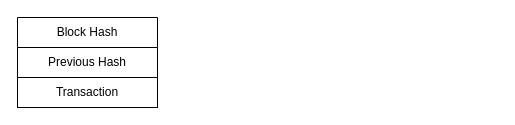
Earlier version of the draw.io diagram blocks.drawio (sunmiao0301/Public-Pic-Bed). Source tidied: cells renumbered, new cells numbered last; positions are measured from the earlier drawing's top-left corner, leaving out a move shared by most shapes. Both pictures are drawn from the tidied source at 100%, with x=0, y=0 at pixel (17, 17).
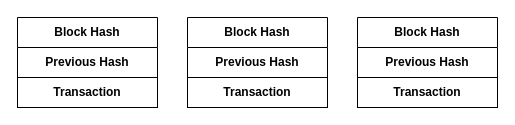
The same diagram, later.

What changed in the source:
```diff
@@
 <mxGraphModel>
   <root>
     <mxCell id="0" />
     <mxCell id="1" parent="0" />
-    <mxCell id="2" value="Block Hash" style="swimlane;fontStyle=0;horizontal=1;startSize=30;whiteSpace=wrap;html=1;" parent="1" vertex="1">
+    <mxCell id="2" value="&lt;b&gt;Block Hash&lt;/b&gt;" style="swimlane;fontStyle=0;horizontal=1;startSize=30;whiteSpace=wrap;html=1;" parent="1" vertex="1">
       <mxGeometry width="140" height="60" as="geometry" />
     </mxCell>
-    <mxCell id="3" value="Previous Hash" style="text;strokeColor=none;fillColor=none;align=center;verticalAlign=middle;spacingLeft=4;spacingRight=4;overflow=hidden;whiteSpace=wrap;html=1;" parent="2" vertex="1">
+    <mxCell id="3" value="&lt;b&gt;Previous Hash&lt;/b&gt;" style="text;strokeColor=none;fillColor=none;align=center;verticalAlign=middle;spacingLeft=4;spacingRight=4;overflow=hidden;whiteSpace=wrap;html=1;" parent="2" vertex="1">
       <mxGeometry y="30" width="140" height="30" as="geometry" />
     </mxCell>
-    <mxCell id="4" value="Transaction" style="rounded=0;whiteSpace=wrap;html=1;" parent="1" vertex="1">
+    <mxCell id="4" value="&lt;b&gt;Transaction&lt;/b&gt;" style="rounded=0;whiteSpace=wrap;html=1;" parent="1" vertex="1">
       <mxGeometry y="60" width="140" height="30" as="geometry" />
     </mxCell>
+    <mxCell id="5" value="&lt;b&gt;Block Hash&lt;/b&gt;" style="swimlane;fontStyle=0;horizontal=1;startSize=30;whiteSpace=wrap;html=1;" parent="1" vertex="1">
+      <mxGeometry x="170" width="140" height="60" as="geometry" />
+    </mxCell>
+    <mxCell id="6" value="&lt;b&gt;Previous Hash&lt;/b&gt;" style="text;strokeColor=none;fillColor=none;align=center;verticalAlign=middle;spacingLeft=4;spacingRight=4;overflow=hidden;whiteSpace=wrap;html=1;" parent="5" vertex="1">
+      <mxGeometry y="30" width="140" height="30" as="geometry" />
+    </mxCell>
+    <mxCell id="7" value="&lt;b&gt;Transaction&lt;/b&gt;" style="rounded=0;whiteSpace=wrap;html=1;" parent="1" vertex="1">
+      <mxGeometry x="170" y="60" width="140" height="30" as="geometry" />
+    </mxCell>
+    <mxCell id="8" value="&lt;b&gt;Block Hash&lt;/b&gt;" style="swimlane;fontStyle=0;horizontal=1;startSize=30;whiteSpace=wrap;html=1;" parent="1" vertex="1">
+      <mxGeometry x="340" width="140" height="60" as="geometry" />
+    </mxCell>
+    <mxCell id="9" value="&lt;b&gt;Previous Hash&lt;/b&gt;" style="text;strokeColor=none;fillColor=none;align=center;verticalAlign=middle;spacingLeft=4;spacingRight=4;overflow=hidden;whiteSpace=wrap;html=1;" parent="8" vertex="1">
+      <mxGeometry y="30" width="140" height="30" as="geometry" />
+    </mxCell>
+    <mxCell id="10" value="&lt;b&gt;Transaction&lt;/b&gt;" style="rounded=0;whiteSpace=wrap;html=1;" parent="1" vertex="1">
+      <mxGeometry x="340" y="60" width="140" height="30" as="geometry" />
+    </mxCell>
   </root>
 </mxGraphModel>
```
